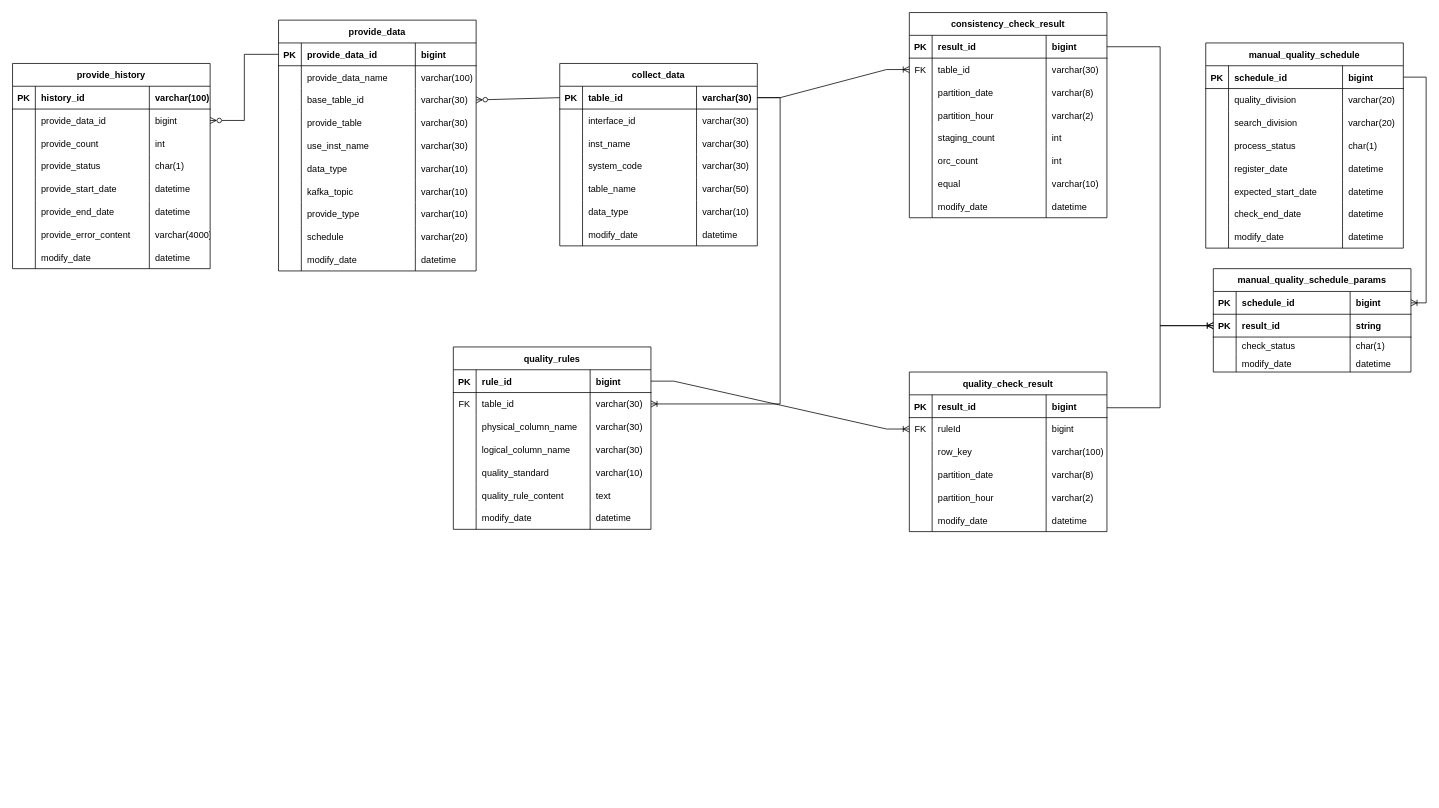
The draw.io diagram 빅데이터 테이블 설계.drawio in vtw-atm/bigdata-table-diagram, before the edit. Source tidied: cells renumbered, new cells numbered last; positions are measured from the earlier drawing's top-left corner, leaving out a move shared by most shapes. Both pictures are drawn from the tidied source at 76%, with x=0, y=0 at pixel (12, 12).
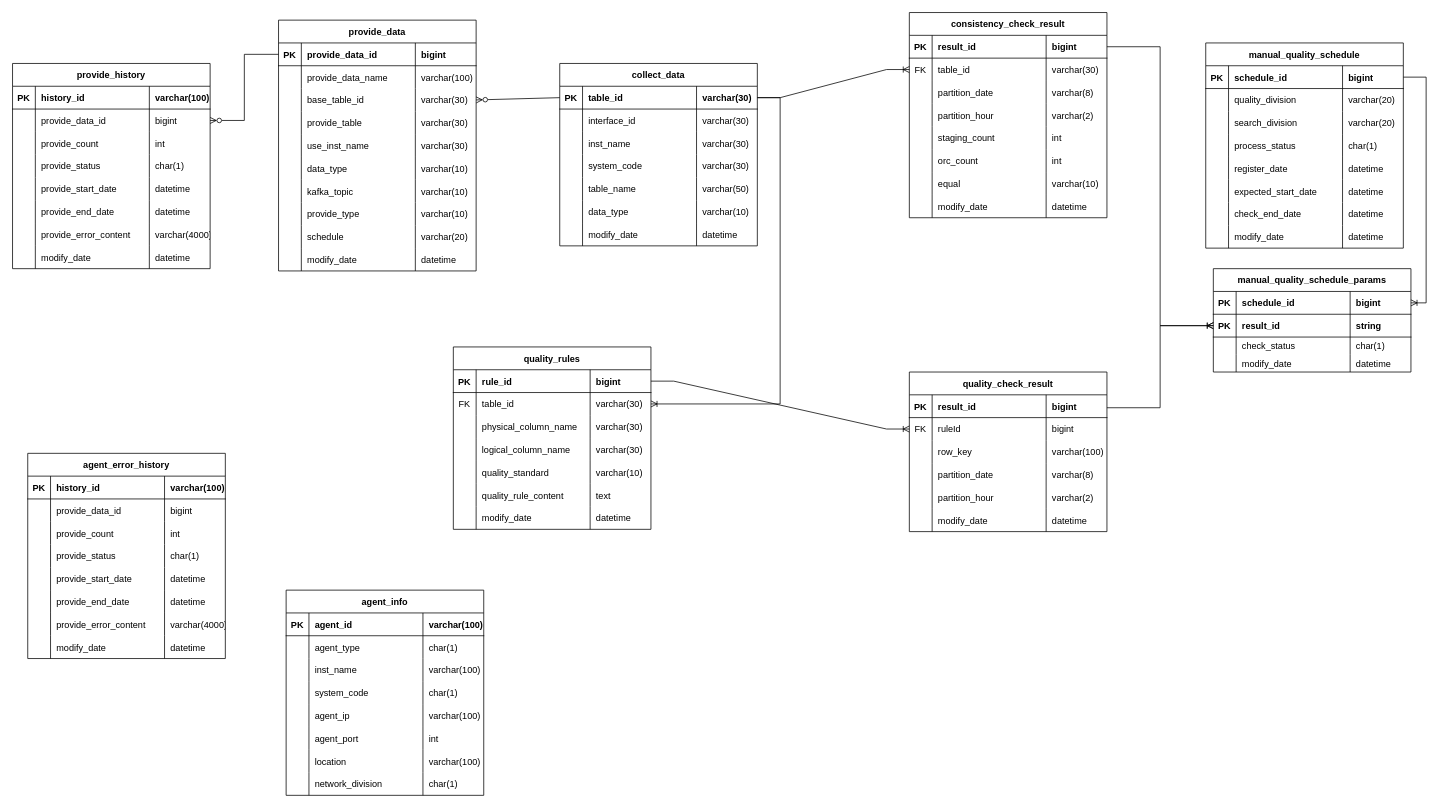
The same diagram, later.

Commit message:
에이전트 관리 테이블 추가

What changed in the source:
```diff
@@
+    <mxCell id="250" value="agent_error_history" style="shape=table;startSize=30;childLayout=tableLayout;rowLines=0;fontStyle=1;align=center;rounded=0;" parent="1" vertex="1">
+      <mxGeometry x="20" y="580" width="260" height="270" as="geometry" />
+    </mxCell>
+    <mxCell id="251" style="shape=tableRow;horizontal=0;startSize=0;swimlaneHead=0;swimlaneBody=0;fillColor=none;top=0;left=0;right=0;bottom=1;rounded=0;" parent="250" vertex="1">
+      <mxGeometry y="30" width="260" height="30" as="geometry" />
+    </mxCell>
+    <mxCell id="252" value="PK" style="shape=partialRectangle;fillColor=none;top=0;left=0;bottom=0;right=0;fontStyle=1;overflow=hidden;rounded=0;" parent="251" vertex="1">
+      <mxGeometry width="30" height="30" as="geometry" />
+    </mxCell>
+    <mxCell id="253" value="history_id" style="shape=partialRectangle;fillColor=none;top=0;left=0;bottom=0;right=0;align=left;spacingLeft=6;fontStyle=1;overflow=hidden;rounded=0;" parent="251" vertex="1">
+      <mxGeometry x="30" width="150" height="30" as="geometry" />
+    </mxCell>
+    <mxCell id="254" value="varchar(100)" style="shape=partialRectangle;fillColor=none;top=0;left=0;bottom=0;right=0;align=left;spacingLeft=6;fontStyle=1;overflow=hidden;rounded=0;" parent="251" vertex="1">
+      <mxGeometry x="180" width="80" height="30" as="geometry" />
+    </mxCell>
+    <mxCell id="255" style="shape=tableRow;horizontal=0;startSize=0;swimlaneHead=0;swimlaneBody=0;fillColor=none;top=0;left=0;right=0;bottom=0;rounded=0;" parent="250" vertex="1">
+      <mxGeometry y="60" width="260" height="30" as="geometry" />
+    </mxCell>
+    <mxCell id="256" style="shape=partialRectangle;fillColor=none;top=0;left=0;bottom=0;right=0;overflow=hidden;rounded=0;" parent="255" vertex="1">
+      <mxGeometry width="30" height="30" as="geometry" />
+    </mxCell>
+    <mxCell id="257" value="provide_data_id" style="shape=partialRectangle;fillColor=none;top=0;left=0;bottom=0;right=0;align=left;spacingLeft=6;overflow=hidden;rounded=0;" parent="255" vertex="1">
+      <mxGeometry x="30" width="150" height="30" as="geometry" />
+    </mxCell>
+    <mxCell id="258" value="bigint" style="shape=partialRectangle;fillColor=none;top=0;left=0;bottom=0;right=0;align=left;spacingLeft=6;overflow=hidden;rounded=0;" parent="255" vertex="1">
+      <mxGeometry x="180" width="80" height="30" as="geometry" />
+    </mxCell>
+    <mxCell id="259" style="shape=tableRow;horizontal=0;startSize=0;swimlaneHead=0;swimlaneBody=0;fillColor=none;top=0;left=0;right=0;bottom=0;rounded=0;" parent="250" vertex="1">
+      <mxGeometry y="90" width="260" height="30" as="geometry" />
+    </mxCell>
+    <mxCell id="260" style="shape=partialRectangle;fillColor=none;top=0;left=0;bottom=0;right=0;overflow=hidden;rounded=0;" parent="259" vertex="1">
+      <mxGeometry width="30" height="30" as="geometry" />
+    </mxCell>
+    <mxCell id="261" value="provide_count" style="shape=partialRectangle;fillColor=none;top=0;left=0;bottom=0;right=0;align=left;spacingLeft=6;overflow=hidden;rounded=0;" parent="259" vertex="1">
+      <mxGeometry x="30" width="150" height="30" as="geometry" />
+    </mxCell>
+    <mxCell id="262" value="int" style="shape=partialRectangle;fillColor=none;top=0;left=0;bottom=0;right=0;align=left;spacingLeft=6;overflow=hidden;rounded=0;" parent="259" vertex="1">
+      <mxGeometry x="180" width="80" height="30" as="geometry" />
+    </mxCell>
+    <mxCell id="263" style="shape=tableRow;horizontal=0;startSize=0;swimlaneHead=0;swimlaneBody=0;fillColor=none;top=0;left=0;right=0;bottom=0;rounded=0;" parent="250" vertex="1">
+      <mxGeometry y="120" width="260" height="30" as="geometry" />
+    </mxCell>
+    <mxCell id="264" style="shape=partialRectangle;fillColor=none;top=0;left=0;bottom=0;right=0;overflow=hidden;rounded=0;" parent="263" vertex="1">
+      <mxGeometry width="30" height="30" as="geometry" />
+    </mxCell>
+    <mxCell id="265" value="provide_status" style="shape=partialRectangle;fillColor=none;top=0;left=0;bottom=0;right=0;align=left;spacingLeft=6;overflow=hidden;rounded=0;" parent="263" vertex="1">
+      <mxGeometry x="30" width="150" height="30" as="geometry" />
+    </mxCell>
+    <mxCell id="266" value="char(1)" style="shape=partialRectangle;fillColor=none;top=0;left=0;bottom=0;right=0;align=left;spacingLeft=6;overflow=hidden;rounded=0;" parent="263" vertex="1">
+      <mxGeometry x="180" width="80" height="30" as="geometry" />
+    </mxCell>
+    <mxCell id="267" style="shape=tableRow;horizontal=0;startSize=0;swimlaneHead=0;swimlaneBody=0;fillColor=none;top=0;left=0;right=0;bottom=0;rounded=0;" parent="250" vertex="1">
+      <mxGeometry y="150" width="260" height="30" as="geometry" />
+    </mxCell>
+    <mxCell id="268" style="shape=partialRectangle;fillColor=none;top=0;left=0;bottom=0;right=0;overflow=hidden;rounded=0;" parent="267" vertex="1">
+      <mxGeometry width="30" height="30" as="geometry" />
+    </mxCell>
+    <mxCell id="269" value="provide_start_date" style="shape=partialRectangle;fillColor=none;top=0;left=0;bottom=0;right=0;align=left;spacingLeft=6;overflow=hidden;rounded=0;" parent="267" vertex="1">
+      <mxGeometry x="30" width="150" height="30" as="geometry" />
+    </mxCell>
+    <mxCell id="270" value="datetime" style="shape=partialRectangle;fillColor=none;top=0;left=0;bottom=0;right=0;align=left;spacingLeft=6;overflow=hidden;rounded=0;" parent="267" vertex="1">
+      <mxGeometry x="180" width="80" height="30" as="geometry" />
+    </mxCell>
+    <mxCell id="271" style="shape=tableRow;horizontal=0;startSize=0;swimlaneHead=0;swimlaneBody=0;fillColor=none;top=0;left=0;right=0;bottom=0;rounded=0;" parent="250" vertex="1">
+      <mxGeometry y="180" width="260" height="30" as="geometry" />
+    </mxCell>
+    <mxCell id="272" style="shape=partialRectangle;fillColor=none;top=0;left=0;bottom=0;right=0;overflow=hidden;rounded=0;" parent="271" vertex="1">
+      <mxGeometry width="30" height="30" as="geometry" />
+    </mxCell>
+    <mxCell id="273" value="provide_end_date" style="shape=partialRectangle;fillColor=none;top=0;left=0;bottom=0;right=0;align=left;spacingLeft=6;overflow=hidden;rounded=0;" parent="271" vertex="1">
+      <mxGeometry x="30" width="150" height="30" as="geometry" />
+    </mxCell>
+    <mxCell id="274" value="datetime" style="shape=partialRectangle;fillColor=none;top=0;left=0;bottom=0;right=0;align=left;spacingLeft=6;overflow=hidden;rounded=0;" parent="271" vertex="1">
+      <mxGeometry x="180" width="80" height="30" as="geometry" />
+    </mxCell>
+    <mxCell id="275" style="shape=tableRow;horizontal=0;startSize=0;swimlaneHead=0;swimlaneBody=0;fillColor=none;top=0;left=0;right=0;bottom=0;rounded=0;" parent="250" vertex="1">
+      <mxGeometry y="210" width="260" height="30" as="geometry" />
+    </mxCell>
+    <mxCell id="276" style="shape=partialRectangle;fillColor=none;top=0;left=0;bottom=0;right=0;overflow=hidden;rounded=0;" parent="275" vertex="1">
+      <mxGeometry width="30" height="30" as="geometry" />
+    </mxCell>
+    <mxCell id="277" value="provide_error_content" style="shape=partialRectangle;fillColor=none;top=0;left=0;bottom=0;right=0;align=left;spacingLeft=6;overflow=hidden;rounded=0;" parent="275" vertex="1">
+      <mxGeometry x="30" width="150" height="30" as="geometry" />
+    </mxCell>
+    <mxCell id="278" value="varchar(4000)" style="shape=partialRectangle;fillColor=none;top=0;left=0;bottom=0;right=0;align=left;spacingLeft=6;overflow=hidden;rounded=0;" parent="275" vertex="1">
+      <mxGeometry x="180" width="80" height="30" as="geometry" />
+    </mxCell>
+    <mxCell id="279" style="shape=tableRow;horizontal=0;startSize=0;swimlaneHead=0;swimlaneBody=0;fillColor=none;top=0;left=0;right=0;bottom=0;rounded=0;" parent="250" vertex="1">
+      <mxGeometry y="240" width="260" height="30" as="geometry" />
+    </mxCell>
+    <mxCell id="280" style="shape=partialRectangle;fillColor=none;top=0;left=0;bottom=0;right=0;overflow=hidden;rounded=0;" parent="279" vertex="1">
+      <mxGeometry width="30" height="30" as="geometry" />
+    </mxCell>
+    <mxCell id="281" value="modify_date" style="shape=partialRectangle;fillColor=none;top=0;left=0;bottom=0;right=0;align=left;spacingLeft=6;overflow=hidden;rounded=0;" parent="279" vertex="1">
+      <mxGeometry x="30" width="150" height="30" as="geometry" />
+    </mxCell>
+    <mxCell id="282" value="datetime" style="shape=partialRectangle;fillColor=none;top=0;left=0;bottom=0;right=0;align=left;spacingLeft=6;overflow=hidden;rounded=0;" parent="279" vertex="1">
+      <mxGeometry x="180" width="80" height="30" as="geometry" />
+    </mxCell>
+    <mxCell id="283" value="agent_info" style="shape=table;startSize=30;childLayout=tableLayout;rowLines=0;fontStyle=1;align=center;rounded=0;" parent="1" vertex="1">
+      <mxGeometry x="360" y="760" width="260" height="270" as="geometry" />
+    </mxCell>
+    <mxCell id="284" style="shape=tableRow;horizontal=0;startSize=0;swimlaneHead=0;swimlaneBody=0;fillColor=none;top=0;left=0;right=0;bottom=1;rounded=0;" parent="283" vertex="1">
+      <mxGeometry y="30" width="260" height="30" as="geometry" />
+    </mxCell>
+    <mxCell id="285" value="PK" style="shape=partialRectangle;fillColor=none;top=0;left=0;bottom=0;right=0;fontStyle=1;overflow=hidden;rounded=0;" parent="284" vertex="1">
+      <mxGeometry width="30" height="30" as="geometry" />
+    </mxCell>
+    <mxCell id="286" value="agent_id" style="shape=partialRectangle;fillColor=none;top=0;left=0;bottom=0;right=0;align=left;spacingLeft=6;fontStyle=1;overflow=hidden;rounded=0;" parent="284" vertex="1">
+      <mxGeometry x="30" width="150" height="30" as="geometry" />
+    </mxCell>
+    <mxCell id="287" value="varchar(100)" style="shape=partialRectangle;fillColor=none;top=0;left=0;bottom=0;right=0;align=left;spacingLeft=6;fontStyle=1;overflow=hidden;rounded=0;" parent="284" vertex="1">
+      <mxGeometry x="180" width="80" height="30" as="geometry" />
+    </mxCell>
+    <mxCell id="288" style="shape=tableRow;horizontal=0;startSize=0;swimlaneHead=0;swimlaneBody=0;fillColor=none;top=0;left=0;right=0;bottom=0;rounded=0;" parent="283" vertex="1">
+      <mxGeometry y="60" width="260" height="30" as="geometry" />
+    </mxCell>
+    <mxCell id="289" style="shape=partialRectangle;fillColor=none;top=0;left=0;bottom=0;right=0;overflow=hidden;rounded=0;" parent="288" vertex="1">
+      <mxGeometry width="30" height="30" as="geometry" />
+    </mxCell>
+    <mxCell id="290" value="agent_type" style="shape=partialRectangle;fillColor=none;top=0;left=0;bottom=0;right=0;align=left;spacingLeft=6;overflow=hidden;rounded=0;" parent="288" vertex="1">
+      <mxGeometry x="30" width="150" height="30" as="geometry" />
+    </mxCell>
+    <mxCell id="291" value="char(1)" style="shape=partialRectangle;fillColor=none;top=0;left=0;bottom=0;right=0;align=left;spacingLeft=6;overflow=hidden;rounded=0;" parent="288" vertex="1">
+      <mxGeometry x="180" width="80" height="30" as="geometry" />
+    </mxCell>
+    <mxCell id="292" style="shape=tableRow;horizontal=0;startSize=0;swimlaneHead=0;swimlaneBody=0;fillColor=none;top=0;left=0;right=0;bottom=0;rounded=0;" parent="283" vertex="1">
+      <mxGeometry y="90" width="260" height="30" as="geometry" />
+    </mxCell>
+    <mxCell id="293" style="shape=partialRectangle;fillColor=none;top=0;left=0;bottom=0;right=0;overflow=hidden;rounded=0;" parent="292" vertex="1">
+      <mxGeometry width="30" height="30" as="geometry" />
+    </mxCell>
+    <mxCell id="294" value="inst_name" style="shape=partialRectangle;fillColor=none;top=0;left=0;bottom=0;right=0;align=left;spacingLeft=6;overflow=hidden;rounded=0;" parent="292" vertex="1">
+      <mxGeometry x="30" width="150" height="30" as="geometry" />
+    </mxCell>
+    <mxCell id="295" value="varchar(100)" style="shape=partialRectangle;fillColor=none;top=0;left=0;bottom=0;right=0;align=left;spacingLeft=6;overflow=hidden;rounded=0;" parent="292" vertex="1">
+      <mxGeometry x="180" width="80" height="30" as="geometry" />
+    </mxCell>
+    <mxCell id="296" style="shape=tableRow;horizontal=0;startSize=0;swimlaneHead=0;swimlaneBody=0;fillColor=none;top=0;left=0;right=0;bottom=0;rounded=0;" parent="283" vertex="1">
+      <mxGeometry y="120" width="260" height="30" as="geometry" />
+    </mxCell>
+    <mxCell id="297" style="shape=partialRectangle;fillColor=none;top=0;left=0;bottom=0;right=0;overflow=hidden;rounded=0;" parent="296" vertex="1">
+      <mxGeometry width="30" height="30" as="geometry" />
+    </mxCell>
+    <mxCell id="298" value="system_code" style="shape=partialRectangle;fillColor=none;top=0;left=0;bottom=0;right=0;align=left;spacingLeft=6;overflow=hidden;rounded=0;" parent="296" vertex="1">
+      <mxGeometry x="30" width="150" height="30" as="geometry" />
+    </mxCell>
+    <mxCell id="299" value="char(1)" style="shape=partialRectangle;fillColor=none;top=0;left=0;bottom=0;right=0;align=left;spacingLeft=6;overflow=hidden;rounded=0;" parent="296" vertex="1">
+      <mxGeometry x="180" width="80" height="30" as="geometry" />
+    </mxCell>
+    <mxCell id="300" style="shape=tableRow;horizontal=0;startSize=0;swimlaneHead=0;swimlaneBody=0;fillColor=none;top=0;left=0;right=0;bottom=0;rounded=0;" parent="283" vertex="1">
+      <mxGeometry y="150" width="260" height="30" as="geometry" />
+    </mxCell>
+    <mxCell id="301" style="shape=partialRectangle;fillColor=none;top=0;left=0;bottom=0;right=0;overflow=hidden;rounded=0;" parent="300" vertex="1">
+      <mxGeometry width="30" height="30" as="geometry" />
+    </mxCell>
+    <mxCell id="302" value="agent_ip" style="shape=partialRectangle;fillColor=none;top=0;left=0;bottom=0;right=0;align=left;spacingLeft=6;overflow=hidden;rounded=0;" parent="300" vertex="1">
+      <mxGeometry x="30" width="150" height="30" as="geometry" />
+    </mxCell>
+    <mxCell id="303" value="varchar(100)" style="shape=partialRectangle;fillColor=none;top=0;left=0;bottom=0;right=0;align=left;spacingLeft=6;overflow=hidden;rounded=0;" parent="300" vertex="1">
+      <mxGeometry x="180" width="80" height="30" as="geometry" />
+    </mxCell>
+    <mxCell id="304" style="shape=tableRow;horizontal=0;startSize=0;swimlaneHead=0;swimlaneBody=0;fillColor=none;top=0;left=0;right=0;bottom=0;rounded=0;" parent="283" vertex="1">
+      <mxGeometry y="180" width="260" height="30" as="geometry" />
+    </mxCell>
+    <mxCell id="305" style="shape=partialRectangle;fillColor=none;top=0;left=0;bottom=0;right=0;overflow=hidden;rounded=0;" parent="304" vertex="1">
+      <mxGeometry width="30" height="30" as="geometry" />
+    </mxCell>
+    <mxCell id="306" value="agent_port" style="shape=partialRectangle;fillColor=none;top=0;left=0;bottom=0;right=0;align=left;spacingLeft=6;overflow=hidden;rounded=0;" parent="304" vertex="1">
+      <mxGeometry x="30" width="150" height="30" as="geometry" />
+    </mxCell>
+    <mxCell id="307" value="int" style="shape=partialRectangle;fillColor=none;top=0;left=0;bottom=0;right=0;align=left;spacingLeft=6;overflow=hidden;rounded=0;" parent="304" vertex="1">
+      <mxGeometry x="180" width="80" height="30" as="geometry" />
+    </mxCell>
+    <mxCell id="308" style="shape=tableRow;horizontal=0;startSize=0;swimlaneHead=0;swimlaneBody=0;fillColor=none;top=0;left=0;right=0;bottom=0;rounded=0;" parent="283" vertex="1">
+      <mxGeometry y="210" width="260" height="30" as="geometry" />
+    </mxCell>
+    <mxCell id="309" style="shape=partialRectangle;fillColor=none;top=0;left=0;bottom=0;right=0;overflow=hidden;rounded=0;" parent="308" vertex="1">
+      <mxGeometry width="30" height="30" as="geometry" />
+    </mxCell>
+    <mxCell id="310" value="location" style="shape=partialRectangle;fillColor=none;top=0;left=0;bottom=0;right=0;align=left;spacingLeft=6;overflow=hidden;rounded=0;" parent="308" vertex="1">
+      <mxGeometry x="30" width="150" height="30" as="geometry" />
+    </mxCell>
+    <mxCell id="311" value="varchar(100)" style="shape=partialRectangle;fillColor=none;top=0;left=0;bottom=0;right=0;align=left;spacingLeft=6;overflow=hidden;rounded=0;" parent="308" vertex="1">
+      <mxGeometry x="180" width="80" height="30" as="geometry" />
+    </mxCell>
+    <mxCell id="312" style="shape=tableRow;horizontal=0;startSize=0;swimlaneHead=0;swimlaneBody=0;fillColor=none;top=0;left=0;right=0;bottom=0;rounded=0;" parent="283" vertex="1">
+      <mxGeometry y="240" width="260" height="30" as="geometry" />
+    </mxCell>
+    <mxCell id="313" style="shape=partialRectangle;fillColor=none;top=0;left=0;bottom=0;right=0;overflow=hidden;rounded=0;" parent="312" vertex="1">
+      <mxGeometry width="30" height="30" as="geometry" />
+    </mxCell>
+    <mxCell id="314" value="network_division" style="shape=partialRectangle;fillColor=none;top=0;left=0;bottom=0;right=0;align=left;spacingLeft=6;overflow=hidden;rounded=0;" parent="312" vertex="1">
+      <mxGeometry x="30" width="150" height="30" as="geometry" />
+    </mxCell>
+    <mxCell id="315" value="char(1)" style="shape=partialRectangle;fillColor=none;top=0;left=0;bottom=0;right=0;align=left;spacingLeft=6;overflow=hidden;rounded=0;" parent="312" vertex="1">
+      <mxGeometry x="180" width="80" height="30" as="geometry" />
+    </mxCell>
```
